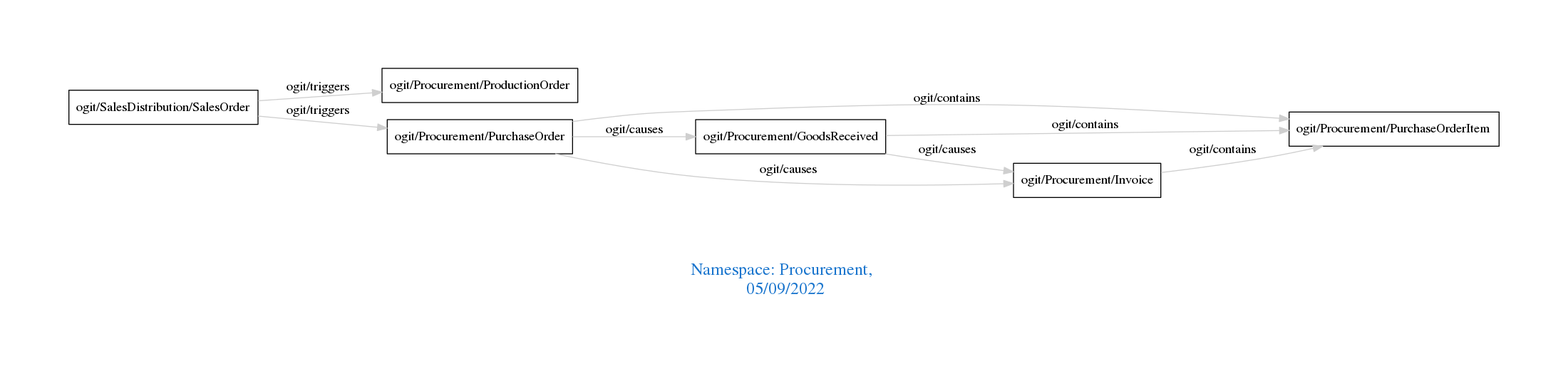
arago/OGIT keeps this Graphviz diagram as downloads/Procurement.png. Above is the earlier version. Its source is kept beside it as downloads/Procurement.dot.
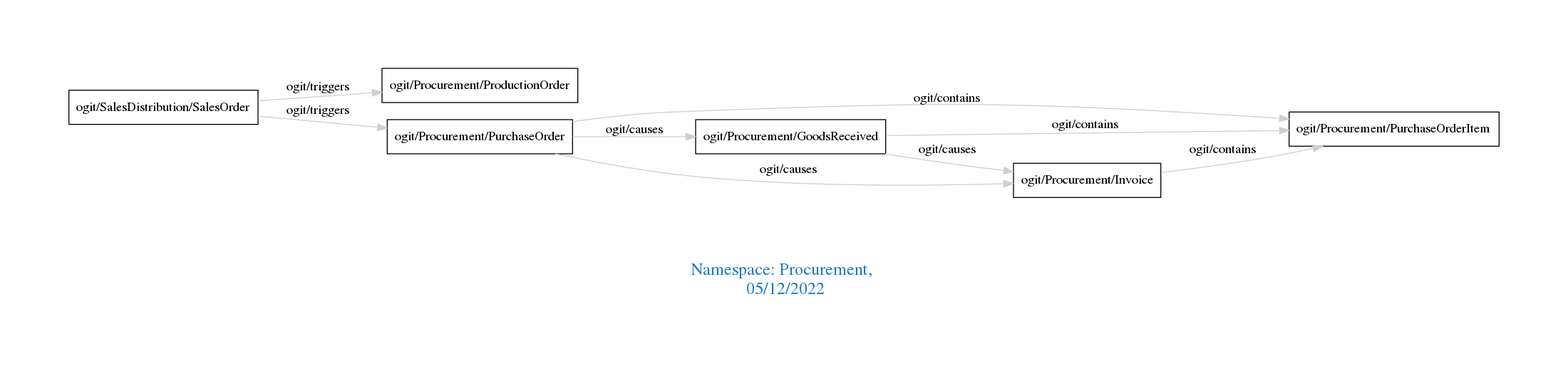
The same file after the commit.

The edit, as a diff of the source:
```diff
@@ -1,7 +1,7 @@
 digraph OGIT_ontology {
  graph [ rankdir= LR,pad=1
 fontsize = 18,
-fontcolor= dodgerblue3,label = "\n\n\nNamespace: Procurement, \n 05/09/2022"];
+fontcolor= dodgerblue3,label = "\n\n\nNamespace: Procurement, \n 05/12/2022"];
 node[shape=polygon];
 edge [  color="gray81"];
 
```
